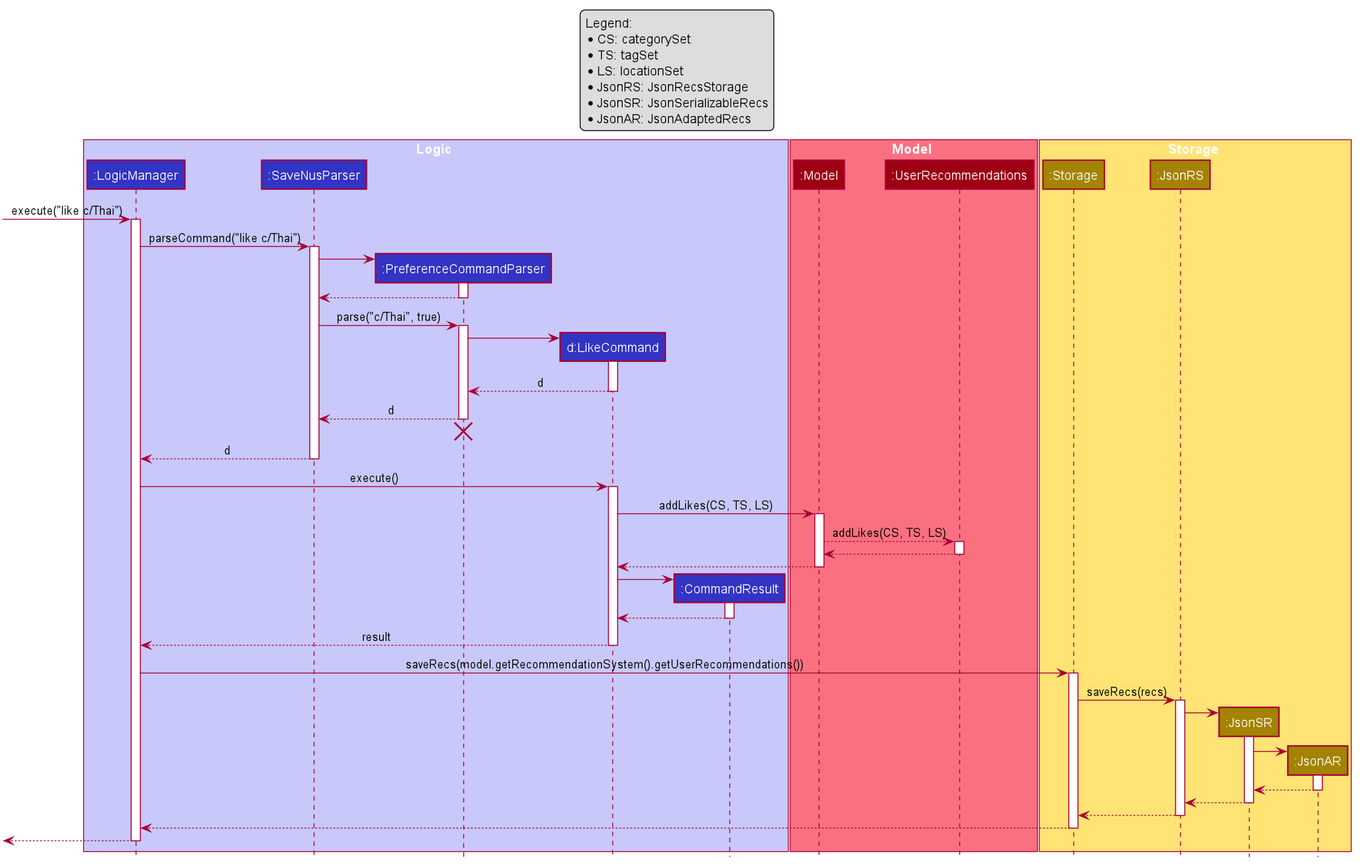
The PlantUML diagram images/LikeSequenceDiagram.png in AY1920S1-CS2103T-F13-2/main, before a commit.
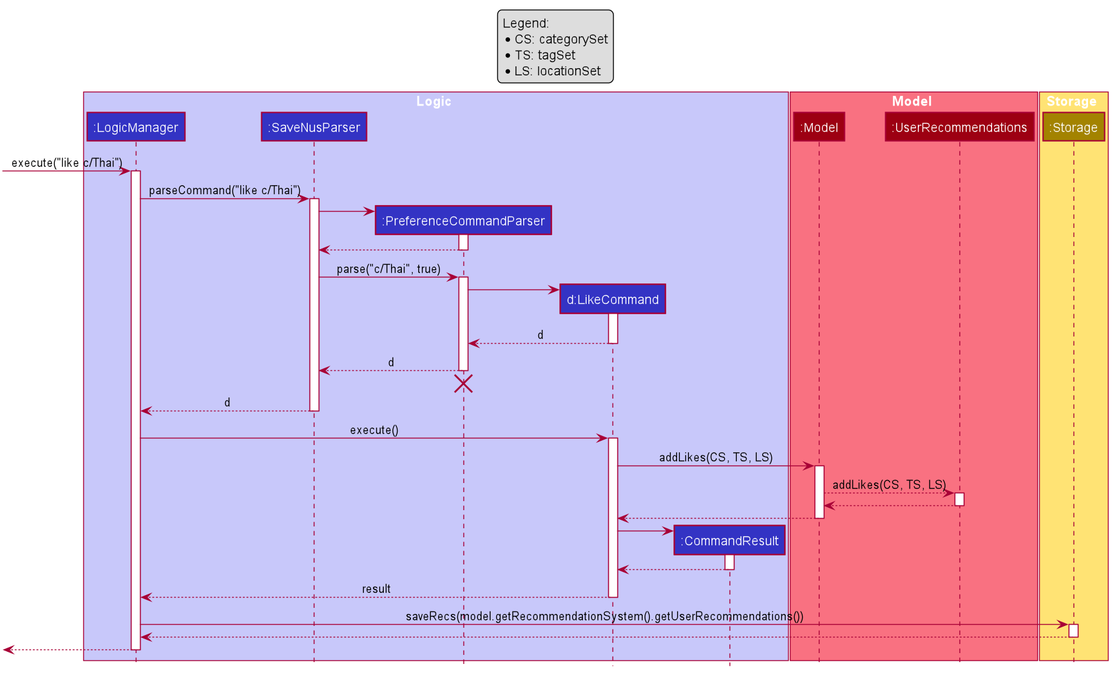
Later version of the same file.

Diff of the diagram source:
```diff
@@ -66,9 +66,6 @@
 
 box Storage #FFE374
 participant ":Storage" as Storage #A38300
-participant ":JsonRS" as JsonRS #A38300
-participant ":JsonSR" as JsonSR #A38300
-participant ":JsonAR" as JsonAR #A38300
 end box
 
 legend top
@@ -76,9 +73,6 @@
 * CS: categorySet
 * TS: tagSet
 * LS: locationSet
-* JsonRS: JsonRecsStorage
-* JsonSR: JsonSerializableRecs
-* JsonAR: JsonAdaptedRecs
 end legend
 
 [-> LogicManager : execute("like c/Thai")
@@ -140,26 +134,6 @@
 LogicManager -> Storage : saveRecs(model.getRecommendationSystem().getUserRecommendations())
 activate Storage
 
-Storage -> JsonRS : saveRecs(recs)
-activate JsonRS
-
-create JsonSR
-JsonRS -> JsonSR
-activate JsonSR
-
-create JsonAR
-JsonSR -> JsonAR
-activate JsonAR
-
-JsonAR --> JsonSR
-deactivate JsonAR
-
-JsonSR --> JsonRS
-deactivate JsonSR
-
-JsonRS --> Storage
-deactivate JsonRS
-
 Storage --> LogicManager
 deactivate Storage
 
```
